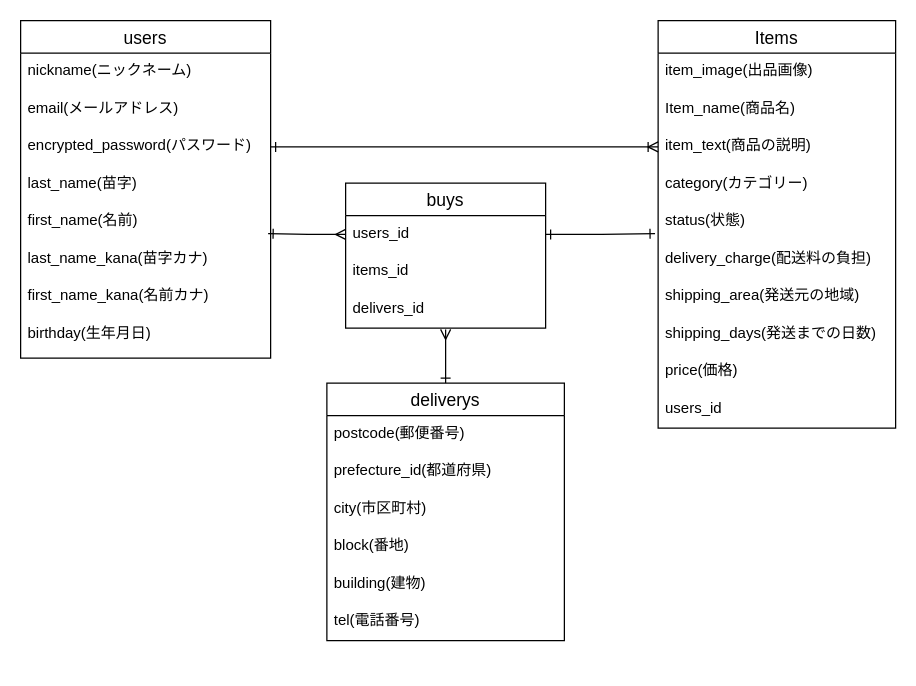
Above: er.dio in hiroaki-inori/furima-35425 (draw.io), before the change. Source tidied: cells renumbered, new cells numbered last; positions are measured from the earlier drawing's top-left corner, leaving out a move shared by most shapes. Both pictures are drawn from the tidied source at 125%, with x=0, y=0 at pixel (20, 20).
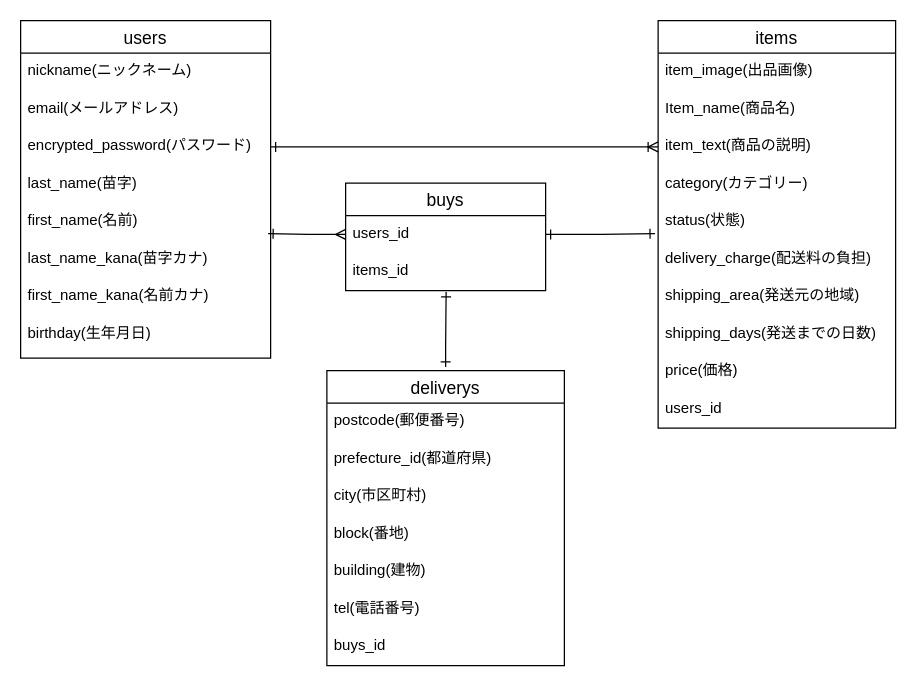
The same page after the edit.

Commit message (it also covers changes not shown here):
README、ER図設計の修正2

Change to the diagram source:
```diff
@@
-    <mxCell id="11" value="Items" style="swimlane;fontStyle=0;horizontal=1;startSize=26;align=center;fontSize=14;" parent="1" vertex="1">
+    <mxCell id="11" value="items" style="swimlane;fontStyle=0;horizontal=1;startSize=26;align=center;fontSize=14;" parent="1" vertex="1">
       <mxGeometry x="510" width="190" height="326" as="geometry" />
     </mxCell>
@@
-    <mxCell id="22" style="edgeStyle=orthogonalEdgeStyle;rounded=0;jettySize=auto;html=1;exitX=0.5;exitY=0;exitDx=0;exitDy=0;startArrow=ERone;startFill=0;endArrow=ERmany;endFill=0;" parent="1" edge="1" source="23">
-      <mxGeometry relative="1" as="geometry">
-        <mxPoint x="340" y="247" as="targetPoint" />
-      </mxGeometry>
-    </mxCell>
+    <mxCell id="37" style="edgeStyle=orthogonalEdgeStyle;rounded=0;orthogonalLoop=1;jettySize=auto;html=1;exitX=0.5;exitY=0;exitDx=0;exitDy=0;startArrow=ERone;startFill=0;endArrow=ERone;endFill=0;" parent="1" edge="1">
+      <mxGeometry relative="1" as="geometry">
+        <mxPoint x="340" y="277" as="sourcePoint" />
+        <mxPoint x="340.4" y="217" as="targetPoint" />
+        <Array as="points">
+          <mxPoint x="340" y="260" />
+          <mxPoint x="340" y="260" />
+        </Array>
+      </mxGeometry>
+    </mxCell>
     <mxCell id="23" value="deliverys" style="swimlane;fontStyle=0;horizontal=1;startSize=26;align=center;fontSize=14;" parent="1" vertex="1">
-      <mxGeometry x="245" y="290" width="190" height="206" as="geometry" />
+      <mxGeometry x="245" y="280" width="190" height="236" as="geometry" />
     </mxCell>
@@
+    <mxCell id="38" value="buys_id" style="text;strokeColor=none;fillColor=none;spacingLeft=4;spacingRight=4;overflow=hidden;fontSize=12;" parent="23" vertex="1">
+      <mxGeometry y="206" width="190" height="30" as="geometry" />
+    </mxCell>
@@
     <mxCell id="31" value="buys" style="swimlane;fontStyle=0;horizontal=1;startSize=26;align=center;fontSize=14;" parent="1" vertex="1">
-      <mxGeometry x="260" y="130" width="160" height="116" as="geometry" />
+      <mxGeometry x="260" y="130" width="160" height="86" as="geometry" />
     </mxCell>
@@
-    <mxCell id="34" value="delivers_id" style="text;strokeColor=none;fillColor=none;spacingLeft=4;spacingRight=4;overflow=hidden;fontSize=12;" parent="31" vertex="1">
-      <mxGeometry y="86" width="160" height="30" as="geometry" />
-    </mxCell>
```
